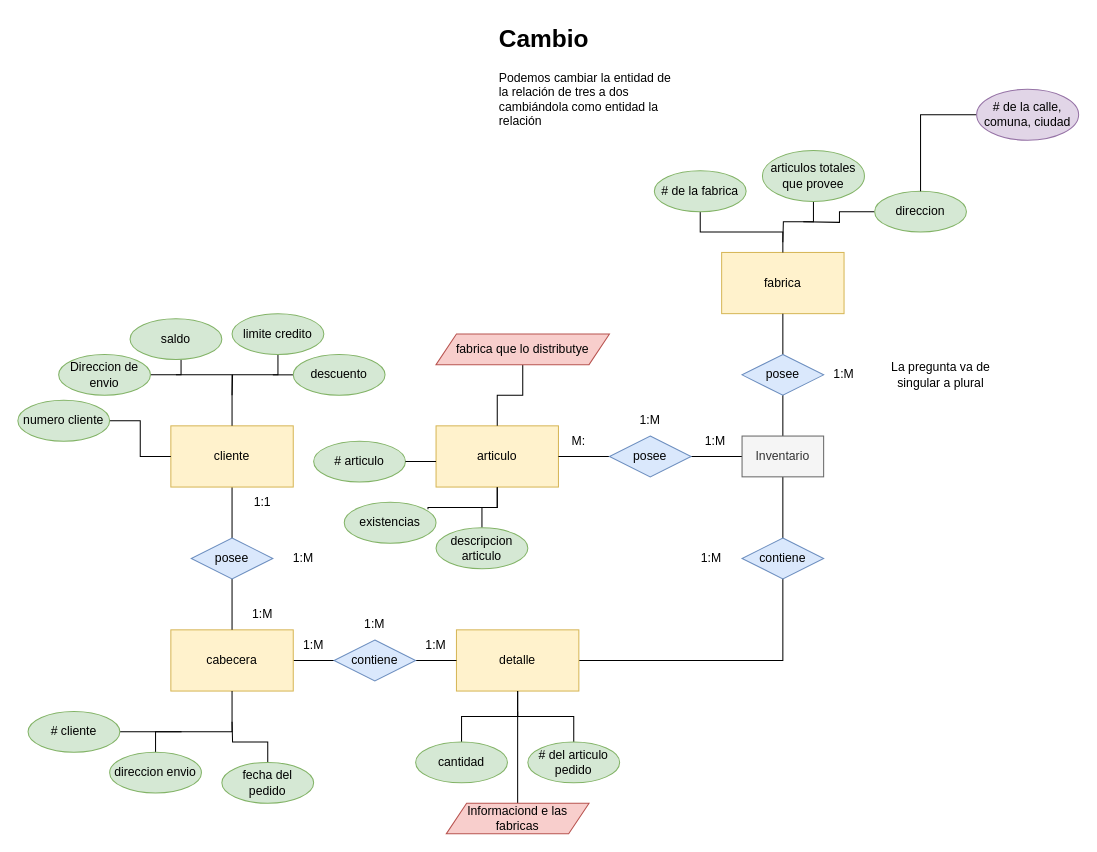
Before: Empresaejercicio1.drawio in Mundrack/Base-de-datos, a draw.io diagram. Source tidied: cells renumbered, new cells numbered last; positions are measured from the earlier drawing's top-left corner, leaving out a move shared by most shapes. Both pictures are drawn from the tidied source at 102%, with x=0, y=0 at pixel (17, 17).
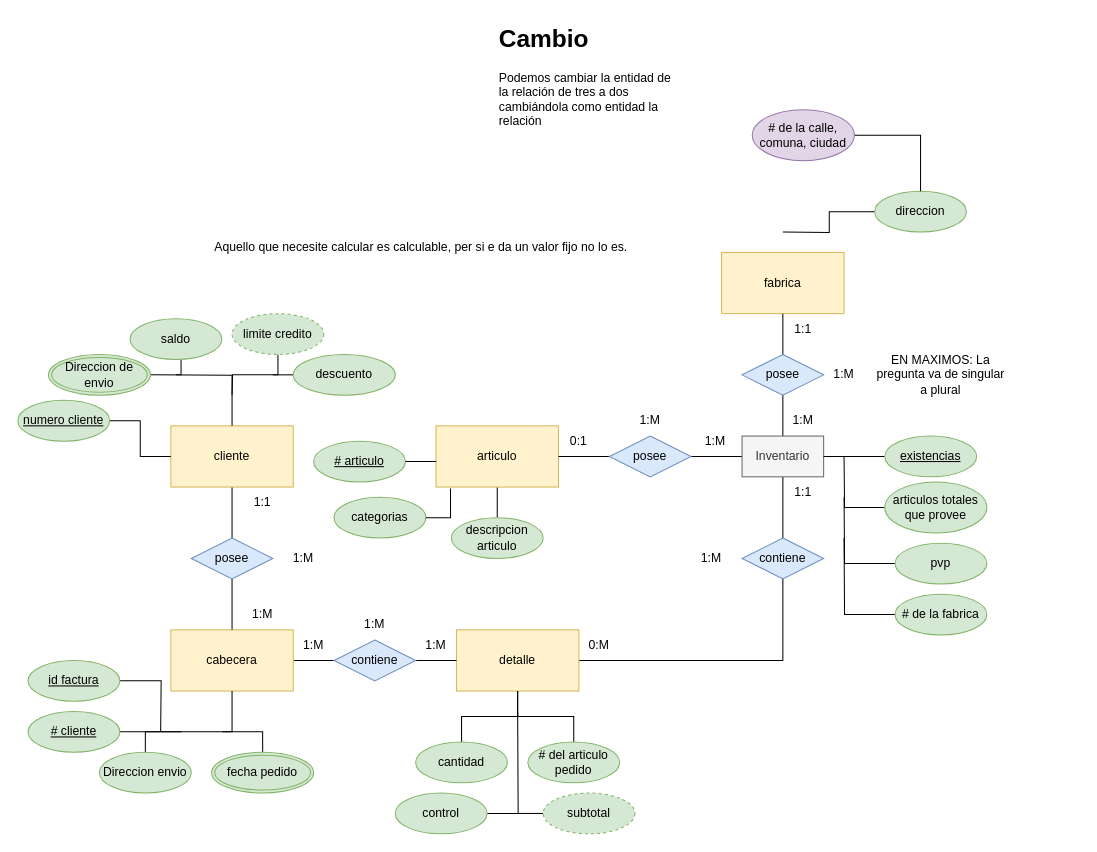
The same page after the edit.

Unchanged cells that the change refers to:
```xml
<mxCell id="4" value="fabrica" style="rounded=0;whiteSpace=wrap;html=1;fillColor=#fff2cc;strokeColor=#d6b656;" parent="1" vertex="1">
  <mxGeometry x="690" y="230" width="120" height="60" as="geometry" />
</mxCell>
<mxCell id="9" value="articulo" style="rounded=0;whiteSpace=wrap;html=1;fillColor=#fff2cc;strokeColor=#d6b656;" parent="1" vertex="1">
  <mxGeometry x="410" y="400" width="120" height="60" as="geometry" />
</mxCell>
<mxCell id="11" value="cliente" style="rounded=0;whiteSpace=wrap;html=1;fillColor=#fff2cc;strokeColor=#d6b656;" parent="1" vertex="1">
  <mxGeometry x="150" y="400" width="120" height="60" as="geometry" />
</mxCell>
<mxCell id="13" value="Inventario" style="rounded=0;whiteSpace=wrap;html=1;fillColor=#f5f5f5;strokeColor=#666666;fontColor=#333333;" parent="1" vertex="1">
  <mxGeometry x="710" y="410" width="80" height="40" as="geometry" />
</mxCell>
<mxCell id="43" value="direccion" style="ellipse;whiteSpace=wrap;html=1;fillColor=#d5e8d4;strokeColor=#82b366;" parent="1" vertex="1">
  <mxGeometry x="840" y="170" width="90" height="40" as="geometry" />
</mxCell>
```

Change to the diagram source:
```diff
@@
-    <mxCell id="26" value="limite credito" style="ellipse;whiteSpace=wrap;html=1;fillColor=#d5e8d4;strokeColor=#82b366;" parent="1" vertex="1">
+    <mxCell id="26" value="limite credito" style="ellipse;whiteSpace=wrap;html=1;fillColor=#d5e8d4;strokeColor=#82b366;dashed=1;" parent="1" vertex="1">
       <mxGeometry x="210" y="290" width="90" height="40" as="geometry" />
     </mxCell>
@@
-    <mxCell id="29" style="edgeStyle=orthogonalEdgeStyle;rounded=0;jettySize=auto;html=1;endArrow=none;endFill=0;" parent="1" edge="1" source="30" target="11">
-      <mxGeometry relative="1" as="geometry" />
+    <mxCell id="29" style="edgeStyle=orthogonalEdgeStyle;rounded=0;jettySize=auto;html=1;endArrow=none;endFill=0;" parent="1" edge="1" target="11">
+      <mxGeometry relative="1" as="geometry">
+        <mxPoint x="130" y="350" as="sourcePoint" />
+      </mxGeometry>
     </mxCell>
-    <mxCell id="30" value="Direccion de envio" style="ellipse;whiteSpace=wrap;html=1;fillColor=#d5e8d4;strokeColor=#82b366;" parent="1" vertex="1">
-      <mxGeometry x="40" y="330" width="90" height="40" as="geometry" />
-    </mxCell>
@@
-    <mxCell id="32" value="numero cliente" style="ellipse;whiteSpace=wrap;html=1;fillColor=#d5e8d4;strokeColor=#82b366;" parent="1" vertex="1">
+    <mxCell id="32" value="&lt;u&gt;numero cliente&lt;/u&gt;" style="ellipse;whiteSpace=wrap;html=1;fillColor=#d5e8d4;strokeColor=#82b366;" parent="1" vertex="1">
       <mxGeometry y="375" width="90" height="40" as="geometry" />
     </mxCell>
-    <mxCell id="33" value="# articulo" style="ellipse;whiteSpace=wrap;html=1;fillColor=#d5e8d4;strokeColor=#82b366;" parent="1" vertex="1">
+    <mxCell id="33" value="&lt;u&gt;# articulo&lt;/u&gt;" style="ellipse;whiteSpace=wrap;html=1;fillColor=#d5e8d4;strokeColor=#82b366;" parent="1" vertex="1">
       <mxGeometry x="290" y="415" width="90" height="40" as="geometry" />
     </mxCell>
-    <mxCell id="34" value="existencias" style="ellipse;whiteSpace=wrap;html=1;fillColor=#d5e8d4;strokeColor=#82b366;" parent="1" vertex="1">
-      <mxGeometry x="320" y="475" width="90" height="40" as="geometry" />
-    </mxCell>
     <mxCell id="35" value="descripcion articulo" style="ellipse;whiteSpace=wrap;html=1;fillColor=#d5e8d4;strokeColor=#82b366;" parent="1" vertex="1">
-      <mxGeometry x="410" y="500" width="90" height="40" as="geometry" />
+      <mxGeometry x="425" y="490" width="90" height="40" as="geometry" />
     </mxCell>
@@
-    <mxCell id="37" value="# cliente" style="ellipse;whiteSpace=wrap;html=1;fillColor=#d5e8d4;strokeColor=#82b366;" parent="1" vertex="1">
+    <mxCell id="37" value="&lt;u&gt;# cliente&lt;/u&gt;" style="ellipse;whiteSpace=wrap;html=1;fillColor=#d5e8d4;strokeColor=#82b366;" parent="1" vertex="1">
       <mxGeometry x="10" y="680" width="90" height="40" as="geometry" />
     </mxCell>
-    <mxCell id="38" style="edgeStyle=orthogonalEdgeStyle;rounded=0;jettySize=auto;html=1;endArrow=none;endFill=0;" parent="1" edge="1" source="39">
+    <mxCell id="38" style="edgeStyle=orthogonalEdgeStyle;rounded=0;jettySize=auto;html=1;endArrow=none;endFill=0;" parent="1" edge="1" source="83">
       <mxGeometry relative="1" as="geometry">
         <mxPoint x="160" y="700" as="targetPoint" />
       </mxGeometry>
     </mxCell>
-    <mxCell id="39" value="direccion envio" style="ellipse;whiteSpace=wrap;html=1;fillColor=#d5e8d4;strokeColor=#82b366;" parent="1" vertex="1">
-      <mxGeometry x="90" y="720" width="90" height="40" as="geometry" />
-    </mxCell>
-    <mxCell id="40" style="edgeStyle=orthogonalEdgeStyle;rounded=0;jettySize=auto;html=1;endArrow=none;endFill=0;" parent="1" edge="1" source="41">
-      <mxGeometry relative="1" as="geometry">
-        <mxPoint x="210" y="690" as="targetPoint" />
-      </mxGeometry>
-    </mxCell>
-    <mxCell id="41" value="fecha del pedido" style="ellipse;whiteSpace=wrap;html=1;fillColor=#d5e8d4;strokeColor=#82b366;" parent="1" vertex="1">
-      <mxGeometry x="200" y="730" width="90" height="40" as="geometry" />
-    </mxCell>
     <mxCell id="42" style="edgeStyle=orthogonalEdgeStyle;rounded=0;jettySize=auto;html=1;endArrow=none;endFill=0;" parent="1" edge="1" source="43">
       <mxGeometry relative="1" as="geometry">
-        <mxPoint x="770" y="200" as="targetPoint" />
+        <mxPoint x="750" y="210" as="targetPoint" />
       </mxGeometry>
     </mxCell>
@@
-    <mxCell id="49" value="M:" style="text;html=1;align=center;verticalAlign=middle;whiteSpace=wrap;rounded=0;" parent="1" vertex="1">
+    <mxCell id="49" value="0:1" style="text;html=1;align=center;verticalAlign=middle;whiteSpace=wrap;rounded=0;" parent="1" vertex="1">
       <mxGeometry x="520" y="400" width="60" height="30" as="geometry" />
     </mxCell>
@@
-    <mxCell id="52" value="La pregunta va de singular a plural" style="text;html=1;align=center;verticalAlign=middle;whiteSpace=wrap;rounded=0;" parent="1" vertex="1">
+    <mxCell id="52" value="EN MAXIMOS: La pregunta va de singular a plural" style="text;html=1;align=center;verticalAlign=middle;whiteSpace=wrap;rounded=0;" parent="1" vertex="1">
       <mxGeometry x="840" y="310" width="130" height="80" as="geometry" />
     </mxCell>
-    <mxCell id="53" style="edgeStyle=orthogonalEdgeStyle;rounded=0;jettySize=auto;html=1;endArrow=none;endFill=0;" parent="1" edge="1" source="54">
-      <mxGeometry relative="1" as="geometry">
-        <mxPoint x="750" y="220" as="targetPoint" />
-      </mxGeometry>
-    </mxCell>
+    <mxCell id="72" style="edgeStyle=orthogonalEdgeStyle;rounded=0;jettySize=auto;html=1;fontFamily=Helvetica;fontSize=12;fontColor=default;endArrow=none;endFill=0;" parent="1" edge="1" source="54">
+      <mxGeometry relative="1" as="geometry">
+        <mxPoint x="810" y="430" as="targetPoint" />
+      </mxGeometry>
+    </mxCell>
     <mxCell id="54" value="articulos totales que provee" style="ellipse;whiteSpace=wrap;html=1;fillColor=#d5e8d4;strokeColor=#82b366;" parent="1" vertex="1">
-      <mxGeometry x="730" y="130" width="100" height="50" as="geometry" />
+      <mxGeometry x="850" y="455" width="100" height="50" as="geometry" />
     </mxCell>
-    <mxCell id="55" style="edgeStyle=orthogonalEdgeStyle;rounded=0;jettySize=auto;html=1;endArrow=none;endFill=0;" parent="1" edge="1" source="56" target="4">
-      <mxGeometry relative="1" as="geometry" />
-    </mxCell>
+    <mxCell id="73" style="edgeStyle=orthogonalEdgeStyle;rounded=0;jettySize=auto;html=1;fontFamily=Helvetica;fontSize=12;fontColor=default;endArrow=none;endFill=0;" parent="1" edge="1" source="56">
+      <mxGeometry relative="1" as="geometry">
+        <mxPoint x="810" y="510" as="targetPoint" />
+      </mxGeometry>
+    </mxCell>
     <mxCell id="56" value="# de la fabrica" style="ellipse;whiteSpace=wrap;html=1;fillColor=#d5e8d4;strokeColor=#82b366;" parent="1" vertex="1">
-      <mxGeometry x="624" y="150" width="90" height="40" as="geometry" />
+      <mxGeometry x="860" y="565" width="90" height="40" as="geometry" />
     </mxCell>
@@
-    <mxCell id="58" style="edgeStyle=orthogonalEdgeStyle;rounded=0;jettySize=auto;html=1;endArrow=none;endFill=0;" parent="1" edge="1" source="59">
+    <mxCell id="58" style="edgeStyle=orthogonalEdgeStyle;rounded=0;orthogonalLoop=1;jettySize=auto;html=1;endArrow=none;endFill=0;" parent="1" edge="1">
       <mxGeometry relative="1" as="geometry">
+        <mxPoint x="270" y="350" as="sourcePoint" />
         <mxPoint x="250" y="350" as="targetPoint" />
       </mxGeometry>
     </mxCell>
-    <mxCell id="59" value="descuento" style="ellipse;whiteSpace=wrap;html=1;fillColor=#d5e8d4;strokeColor=#82b366;" parent="1" vertex="1">
-      <mxGeometry x="270" y="330" width="90" height="40" as="geometry" />
-    </mxCell>
@@
-    <mxCell id="61" style="edgeStyle=orthogonalEdgeStyle;rounded=0;jettySize=auto;html=1;entryX=0.912;entryY=0.169;entryDx=0;entryDy=0;entryPerimeter=0;endArrow=none;endFill=0;" parent="1" edge="1" source="9" target="34">
-      <mxGeometry relative="1" as="geometry" />
-    </mxCell>
@@
-    <mxCell id="63" value="cantidad" style="ellipse;whiteSpace=wrap;html=1;fillColor=#d5e8d4;strokeColor=#82b366;" parent="1" vertex="1">
+    <mxCell id="63" value="cantidad" style="ellipse;whiteSpace=wrap;html=1;fillColor=#d5e8d4;strokeColor=#82b366;shadow=0;" parent="1" vertex="1">
       <mxGeometry x="390" y="710" width="90" height="40" as="geometry" />
     </mxCell>
@@
-    <mxCell id="66" style="edgeStyle=orthogonalEdgeStyle;rounded=0;jettySize=auto;html=1;endArrow=none;endFill=0;" parent="1" edge="1" source="67">
-      <mxGeometry relative="1" as="geometry">
-        <mxPoint x="490" y="680" as="targetPoint" />
-      </mxGeometry>
-    </mxCell>
-    <mxCell id="67" value="Informaciond e las fabricas" style="shape=parallelogram;perimeter=parallelogramPerimeter;whiteSpace=wrap;html=1;fixedSize=1;fillColor=#f8cecc;strokeColor=#b85450;" parent="1" vertex="1">
-      <mxGeometry x="420" y="770" width="140" height="30" as="geometry" />
-    </mxCell>
-    <mxCell id="68" style="edgeStyle=orthogonalEdgeStyle;rounded=0;jettySize=auto;html=1;endArrow=none;endFill=0;" parent="1" edge="1" source="69" target="9">
-      <mxGeometry relative="1" as="geometry" />
-    </mxCell>
-    <mxCell id="69" value="fabrica que lo distributye" style="shape=parallelogram;perimeter=parallelogramPerimeter;whiteSpace=wrap;html=1;fixedSize=1;fillColor=#f8cecc;strokeColor=#b85450;" parent="1" vertex="1">
-      <mxGeometry x="410" y="310" width="170" height="30" as="geometry" />
-    </mxCell>
@@
     <mxCell id="71" value="# de la calle, comuna, ciudad" style="ellipse;whiteSpace=wrap;html=1;fillColor=#e1d5e7;strokeColor=#9673a6;" parent="1" vertex="1">
-      <mxGeometry x="940" y="70" width="100" height="50" as="geometry" />
+      <mxGeometry x="720" y="90" width="100" height="50" as="geometry" />
     </mxCell>
+    <mxCell id="30" value="Direccion de envio" style="ellipse;shape=doubleEllipse;margin=3;whiteSpace=wrap;html=1;align=center;strokeColor=#82b366;verticalAlign=middle;fontFamily=Helvetica;fontSize=12;fillColor=#d5e8d4;" parent="1" vertex="1">
+      <mxGeometry x="30" y="330" width="100" height="40" as="geometry" />
+    </mxCell>
+    <mxCell id="59" value="descuento" style="ellipse;whiteSpace=wrap;html=1;align=center;strokeColor=#82b366;verticalAlign=middle;fontFamily=Helvetica;fontSize=12;fillColor=#d5e8d4;" parent="1" vertex="1">
+      <mxGeometry x="270" y="330" width="100" height="40" as="geometry" />
+    </mxCell>
+    <mxCell id="74" style="edgeStyle=orthogonalEdgeStyle;rounded=0;jettySize=auto;html=1;fontFamily=Helvetica;fontSize=12;fontColor=default;endArrow=none;endFill=0;" parent="1" edge="1" source="75">
+      <mxGeometry relative="1" as="geometry">
+        <mxPoint x="200" y="700" as="targetPoint" />
+      </mxGeometry>
+    </mxCell>
+    <mxCell id="75" value="fecha pedido" style="ellipse;shape=doubleEllipse;margin=3;whiteSpace=wrap;html=1;align=center;strokeColor=#82b366;verticalAlign=middle;fontFamily=Helvetica;fontSize=12;fillColor=#d5e8d4;" parent="1" vertex="1">
+      <mxGeometry x="190" y="720" width="100" height="40" as="geometry" />
+    </mxCell>
+    <mxCell id="76" style="edgeStyle=orthogonalEdgeStyle;rounded=0;jettySize=auto;html=1;entryX=1;entryY=0.5;entryDx=0;entryDy=0;fontFamily=Helvetica;fontSize=12;fontColor=default;endArrow=none;endFill=0;" parent="1" edge="1" source="34" target="13">
+      <mxGeometry relative="1" as="geometry" />
+    </mxCell>
+    <mxCell id="34" value="&lt;u&gt;existencias&lt;/u&gt;" style="ellipse;whiteSpace=wrap;html=1;fillColor=#d5e8d4;strokeColor=#82b366;" parent="1" vertex="1">
+      <mxGeometry x="850" y="410" width="90" height="40" as="geometry" />
+    </mxCell>
+    <mxCell id="77" value="1:1" style="text;html=1;align=center;verticalAlign=middle;whiteSpace=wrap;rounded=0;" parent="1" vertex="1">
+      <mxGeometry x="740" y="290" width="60" height="30" as="geometry" />
+    </mxCell>
+    <mxCell id="78" value="1:M" style="text;html=1;align=center;verticalAlign=middle;whiteSpace=wrap;rounded=0;" parent="1" vertex="1">
+      <mxGeometry x="740" y="380" width="60" height="30" as="geometry" />
+    </mxCell>
+    <mxCell id="79" value="1:1" style="text;html=1;align=center;verticalAlign=middle;whiteSpace=wrap;rounded=0;" parent="1" vertex="1">
+      <mxGeometry x="740" y="450" width="60" height="30" as="geometry" />
+    </mxCell>
+    <mxCell id="80" value="0:M" style="text;html=1;align=center;verticalAlign=middle;whiteSpace=wrap;rounded=0;" parent="1" vertex="1">
+      <mxGeometry x="540" y="600" width="60" height="30" as="geometry" />
+    </mxCell>
+    <mxCell id="81" value="categorias" style="ellipse;whiteSpace=wrap;html=1;fillColor=#d5e8d4;strokeColor=#82b366;" parent="1" vertex="1">
+      <mxGeometry x="310" y="470" width="90" height="40" as="geometry" />
+    </mxCell>
+    <mxCell id="82" style="edgeStyle=orthogonalEdgeStyle;rounded=0;jettySize=auto;html=1;entryX=0.118;entryY=1.023;entryDx=0;entryDy=0;entryPerimeter=0;fontFamily=Helvetica;fontSize=12;fontColor=default;endArrow=none;endFill=0;" parent="1" edge="1" source="81" target="9">
+      <mxGeometry relative="1" as="geometry" />
+    </mxCell>
+    <mxCell id="83" value="Direccion envio" style="ellipse;whiteSpace=wrap;html=1;fillColor=#d5e8d4;strokeColor=#82b366;" parent="1" vertex="1">
+      <mxGeometry x="80" y="720" width="90" height="40" as="geometry" />
+    </mxCell>
+    <mxCell id="84" style="edgeStyle=orthogonalEdgeStyle;rounded=0;jettySize=auto;html=1;fontFamily=Helvetica;fontSize=12;fontColor=default;endArrow=none;endFill=0;" parent="1" edge="1" source="85">
+      <mxGeometry relative="1" as="geometry">
+        <mxPoint x="140" y="700" as="targetPoint" />
+      </mxGeometry>
+    </mxCell>
+    <mxCell id="85" value="&lt;u&gt;id factura&lt;/u&gt;" style="ellipse;whiteSpace=wrap;html=1;fillColor=#d5e8d4;strokeColor=#82b366;" parent="1" vertex="1">
+      <mxGeometry x="10" y="630" width="90" height="40" as="geometry" />
+    </mxCell>
+    <mxCell id="86" value="Aquello que necesite calcular es calculable, per si e da un valor fijo no lo es." style="text;html=1;align=center;verticalAlign=middle;strokeColor=none;fillColor=none;fontFamily=Helvetica;fontSize=12;fontColor=default;" parent="1" vertex="1">
+      <mxGeometry x="180" y="210" width="430" height="30" as="geometry" />
+    </mxCell>
+    <mxCell id="87" style="edgeStyle=orthogonalEdgeStyle;rounded=0;jettySize=auto;html=1;fontFamily=Helvetica;fontSize=12;fontColor=default;endArrow=none;endFill=0;" parent="1" edge="1" source="88">
+      <mxGeometry relative="1" as="geometry">
+        <mxPoint x="490" y="780" as="targetPoint" />
+      </mxGeometry>
+    </mxCell>
+    <mxCell id="88" value="subtotal" style="ellipse;whiteSpace=wrap;html=1;fillColor=#d5e8d4;strokeColor=#82b366;shadow=0;dashed=1;" parent="1" vertex="1">
+      <mxGeometry x="515" y="760" width="90" height="40" as="geometry" />
+    </mxCell>
+    <mxCell id="89" style="edgeStyle=orthogonalEdgeStyle;rounded=0;jettySize=auto;html=1;fontFamily=Helvetica;fontSize=12;fontColor=default;endArrow=none;endFill=0;" parent="1" edge="1" source="90">
+      <mxGeometry relative="1" as="geometry">
+        <mxPoint x="490" y="680" as="targetPoint" />
+      </mxGeometry>
+    </mxCell>
+    <mxCell id="90" value="control" style="ellipse;whiteSpace=wrap;html=1;fillColor=#d5e8d4;strokeColor=#82b366;shadow=0;" parent="1" vertex="1">
+      <mxGeometry x="370" y="760" width="90" height="40" as="geometry" />
+    </mxCell>
+    <mxCell id="91" style="edgeStyle=orthogonalEdgeStyle;rounded=0;jettySize=auto;html=1;fontFamily=Helvetica;fontSize=12;fontColor=default;endArrow=none;endFill=0;" parent="1" edge="1" source="92">
+      <mxGeometry relative="1" as="geometry">
+        <mxPoint x="810" y="470" as="targetPoint" />
+      </mxGeometry>
+    </mxCell>
+    <mxCell id="92" value="pvp" style="ellipse;whiteSpace=wrap;html=1;fillColor=#d5e8d4;strokeColor=#82b366;shadow=0;" parent="1" vertex="1">
+      <mxGeometry x="860" y="515" width="90" height="40" as="geometry" />
+    </mxCell>
```
